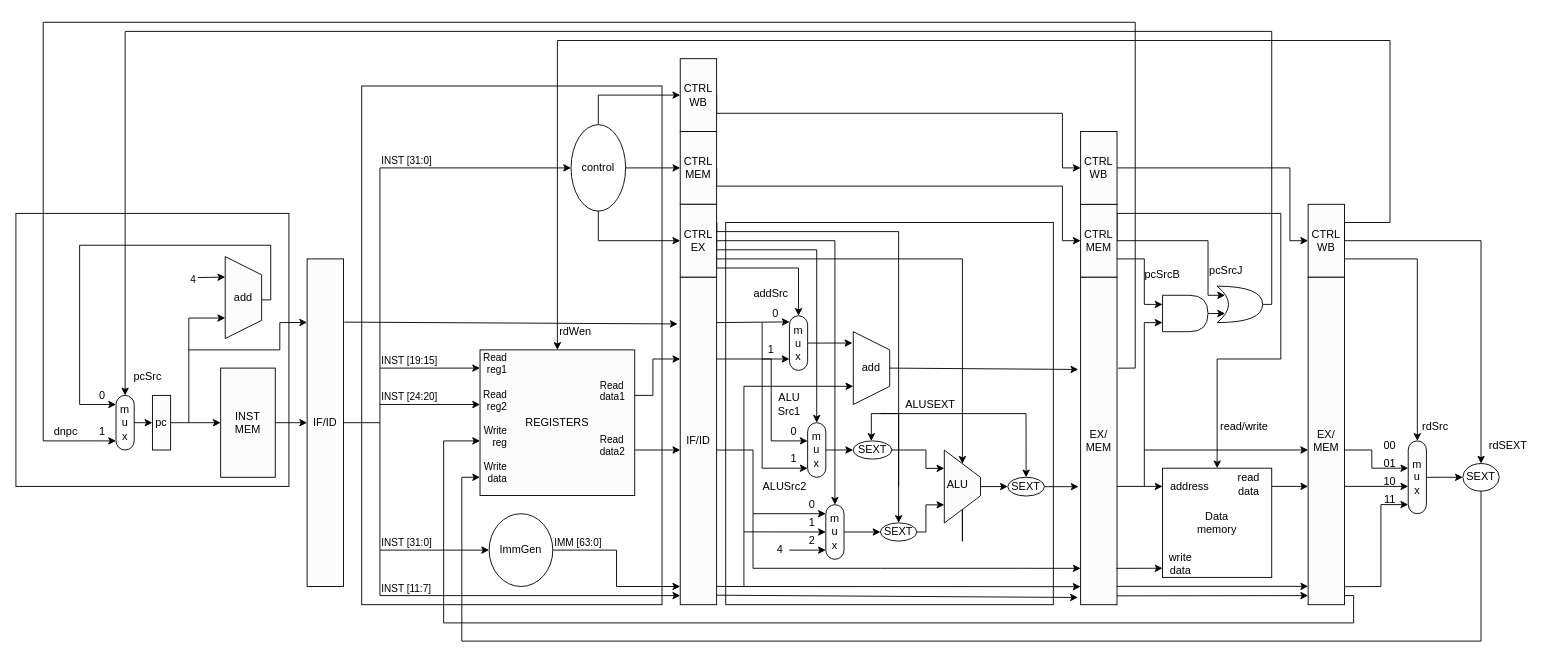
Above: Untitled Diagram.drawio in francisyuu/drawtest (draw.io), before the change. Source tidied: cells renumbered, new cells numbered last; positions are measured from the earlier drawing's top-left corner, leaving out a move shared by most shapes. Both pictures are drawn from the tidied source at 91%, with x=0, y=0 at pixel (15, 22).
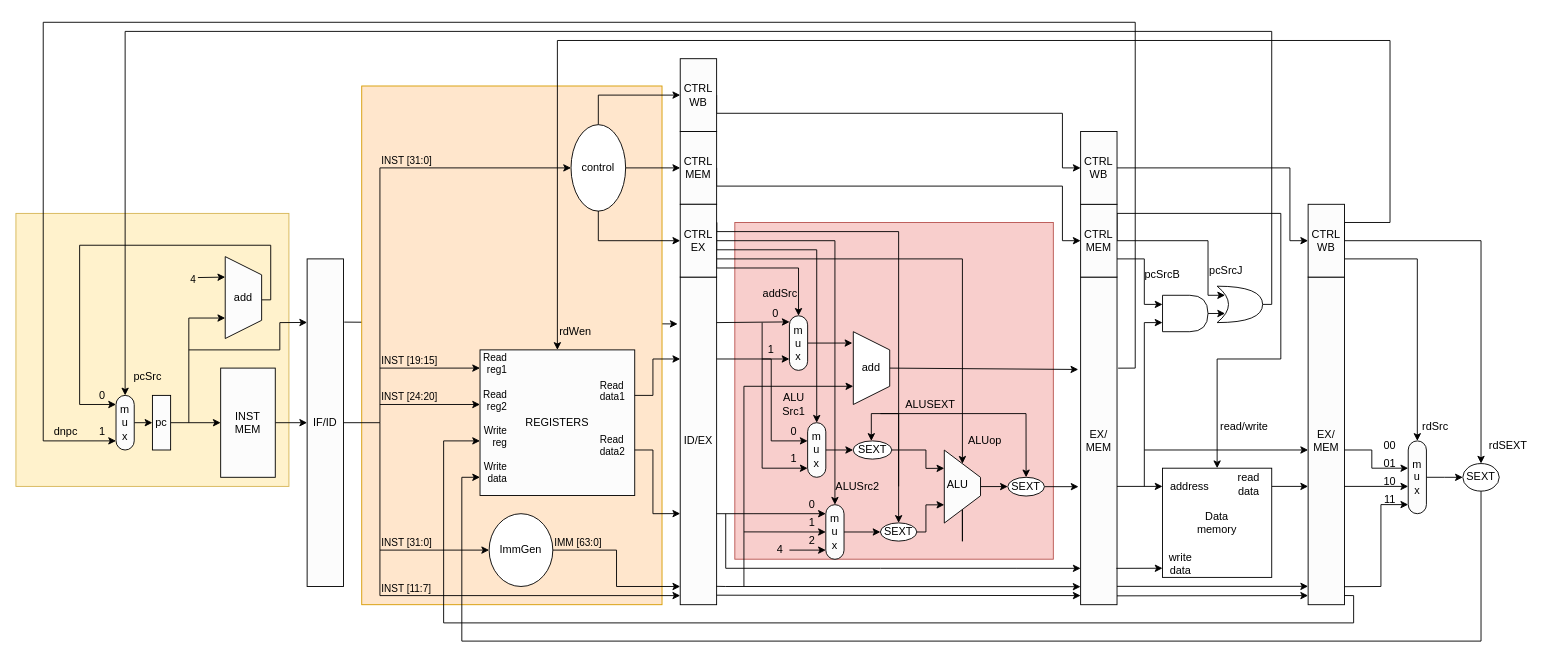
After the change.

Unchanged cells that the change refers to:
```xml
<mxCell id="10" value="IF/ID" style="rounded=0;whiteSpace=wrap;html=1;labelBackgroundColor=none;fontColor=default;fillColor=#FCFCFC;" parent="1" vertex="1">
  <mxGeometry x="320" y="260" width="40" height="360" as="geometry" />
</mxCell>
<mxCell id="63" value="EX/&lt;br&gt;MEM" style="rounded=0;whiteSpace=wrap;html=1;labelBackgroundColor=none;fontColor=default;fillColor=#FCFCFC;" parent="1" vertex="1">
  <mxGeometry x="1170" y="280" width="40" height="360" as="geometry" />
</mxCell>
<mxCell id="75" value="m&lt;br&gt;u&lt;br&gt;x" style="rounded=1;whiteSpace=wrap;html=1;labelBackgroundColor=none;fontColor=default;fillColor=#FCFCFC;arcSize=50;rotation=0;verticalAlign=middle;" parent="1" vertex="1">
  <mxGeometry x="890" y="530.1" width="20" height="60" as="geometry" />
</mxCell>
```

What changed in the source:
```diff
@@
+    <mxCell id="57" style="endArrow=classic;html=1;rounded=0;exitX=1.02;exitY=0.193;exitDx=0;exitDy=0;entryX=-0.071;entryY=0.143;entryDx=0;entryDy=0;entryPerimeter=0;exitPerimeter=0;jumpStyle=none;" parent="1" edge="1" source="10" target="11">
+      <mxGeometry relative="1" as="geometry" />
+    </mxCell>
-    <mxCell id="2" style="rounded=0;whiteSpace=wrap;html=1;" parent="1" vertex="1">
-      <mxGeometry x="780" y="220" width="360" height="420" as="geometry" />
+    <mxCell id="2" style="rounded=0;whiteSpace=wrap;html=1;fillColor=#f8cecc;strokeColor=#b85450;" parent="1" vertex="1">
+      <mxGeometry x="790" y="220" width="350" height="370" as="geometry" />
     </mxCell>
-    <mxCell id="3" style="rounded=0;whiteSpace=wrap;html=1;" parent="1" vertex="1">
+    <mxCell id="3" style="rounded=0;whiteSpace=wrap;html=1;fillColor=#ffe6cc;strokeColor=#d79b00;" parent="1" vertex="1">
       <mxGeometry x="380" y="70" width="330" height="570" as="geometry" />
     </mxCell>
-    <mxCell id="4" style="rounded=0;whiteSpace=wrap;html=1;" parent="1" vertex="1">
+    <mxCell id="4" style="rounded=0;whiteSpace=wrap;html=1;fillColor=#fff2cc;strokeColor=#d6b656;" parent="1" vertex="1">
       <mxGeometry y="210" width="300" height="300" as="geometry" />
     </mxCell>
@@
-    <mxCell id="11" value="IF/ID" style="rounded=0;whiteSpace=wrap;html=1;labelBackgroundColor=none;fontColor=default;fillColor=#FCFCFC;" parent="1" vertex="1">
+    <mxCell id="11" value="ID/EX" style="rounded=0;whiteSpace=wrap;html=1;labelBackgroundColor=none;fontColor=default;fillColor=#FCFCFC;" parent="1" vertex="1">
       <mxGeometry x="730" y="280" width="40" height="360" as="geometry" />
     </mxCell>
@@
-    <mxCell id="33" style="endArrow=classic;html=1;rounded=0;fontColor=default;sourcePerimeterSpacing=0;elbow=vertical;jumpStyle=none;jumpSize=6;" parent="1" edge="1">
+    <mxCell id="33" style="endArrow=classic;html=1;rounded=0;fontColor=default;sourcePerimeterSpacing=0;elbow=vertical;jumpStyle=none;jumpSize=6;entryX=0;entryY=0.722;entryDx=0;entryDy=0;entryPerimeter=0;" parent="1" edge="1" target="11">
       <mxGeometry relative="1" as="geometry">
         <mxPoint x="680" y="470" as="sourcePoint" />
-        <mxPoint x="730" y="470" as="targetPoint" />
+        <Array as="points">
+          <mxPoint x="700" y="470" />
+          <mxPoint x="700" y="540" />
+        </Array>
       </mxGeometry>
     </mxCell>
@@
-    <mxCell id="57" style="endArrow=classic;html=1;rounded=0;exitX=1.02;exitY=0.193;exitDx=0;exitDy=0;entryX=-0.071;entryY=0.143;entryDx=0;entryDy=0;entryPerimeter=0;exitPerimeter=0;" parent="1" edge="1" source="10" target="11">
-      <mxGeometry relative="1" as="geometry" />
-    </mxCell>
@@
-    <mxCell id="61" style="endArrow=classic;html=1;rounded=0;exitX=1;exitY=0.528;exitDx=0;exitDy=0;exitPerimeter=0;entryX=0;entryY=0.165;entryDx=0;entryDy=0;entryPerimeter=0;" parent="1" edge="1" source="11" target="75">
+    <mxCell id="61" style="endArrow=classic;html=1;rounded=0;entryX=0;entryY=0.165;entryDx=0;entryDy=0;entryPerimeter=0;" parent="1" edge="1" target="75">
       <mxGeometry relative="1" as="geometry">
+        <mxPoint x="770" y="540" as="sourcePoint" />
         <Array as="points">
-          <mxPoint x="810" y="470" />
           <mxPoint x="810" y="540" />
         </Array>
       </mxGeometry>
     </mxCell>
@@
     <mxCell id="65" style="endArrow=classic;html=1;rounded=0;entryX=0;entryY=0.889;entryDx=0;entryDy=0;entryPerimeter=0;" parent="1" edge="1" target="63">
       <mxGeometry relative="1" as="geometry">
-        <mxPoint x="810" y="540" as="sourcePoint" />
+        <mxPoint x="780" y="540" as="sourcePoint" />
         <Array as="points">
-          <mxPoint x="810" y="600" />
+          <mxPoint x="780" y="600" />
           <mxPoint x="950" y="600" />
           <mxPoint x="1100" y="600" />
         </Array>
       </mxGeometry>
     </mxCell>
@@
-    <mxCell id="79" style="endArrow=classic;html=1;rounded=0;exitX=1.004;exitY=0.971;exitDx=0;exitDy=0;exitPerimeter=0;entryX=-0.075;entryY=0.978;entryDx=0;entryDy=0;entryPerimeter=0;" parent="1" edge="1" source="11" target="63">
-      <mxGeometry relative="1" as="geometry" />
+    <mxCell id="79" style="endArrow=classic;html=1;rounded=0;exitX=1.004;exitY=0.971;exitDx=0;exitDy=0;exitPerimeter=0;" parent="1" edge="1" source="11">
+      <mxGeometry relative="1" as="geometry">
+        <mxPoint x="1170" y="630" as="targetPoint" />
+      </mxGeometry>
     </mxCell>
@@
     <mxCell id="113" value="addSrc" style="text;strokeColor=none;align=center;fillColor=none;html=1;verticalAlign=middle;whiteSpace=wrap;rounded=0;" parent="1" vertex="1">
-      <mxGeometry x="815" y="287.5" width="30" height="20" as="geometry" />
+      <mxGeometry x="825" y="287.5" width="30" height="20" as="geometry" />
     </mxCell>
@@
     <mxCell id="116" value="ALUSrc2" style="text;strokeColor=none;align=center;fillColor=none;html=1;verticalAlign=middle;whiteSpace=wrap;rounded=0;" parent="1" vertex="1">
-      <mxGeometry x="830" y="500" width="30" height="20" as="geometry" />
+      <mxGeometry x="910" y="500.6" width="30" height="20" as="geometry" />
     </mxCell>
@@
     <mxCell id="128" value="ALU&lt;br&gt;Src1" style="text;strokeColor=none;align=center;fillColor=none;html=1;verticalAlign=middle;whiteSpace=wrap;rounded=0;" parent="1" vertex="1">
-      <mxGeometry x="835" y="410" width="30" height="20" as="geometry" />
+      <mxGeometry x="840" y="410" width="30" height="20" as="geometry" />
     </mxCell>
@@
+    <mxCell id="155" value="ALUop" style="text;strokeColor=none;align=center;fillColor=none;html=1;verticalAlign=middle;whiteSpace=wrap;rounded=0;" parent="1" vertex="1">
+      <mxGeometry x="1050" y="450" width="30" height="20" as="geometry" />
+    </mxCell>
```
